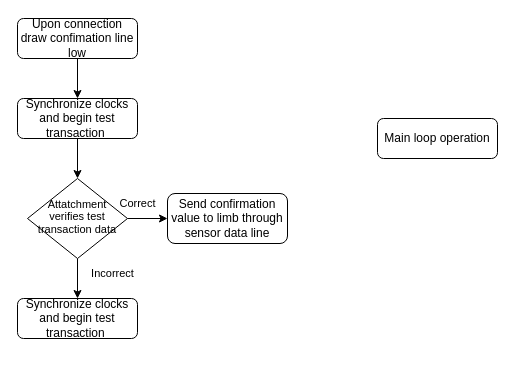
This is test.dio from Kyle-912/HDL, a draw.io file, before an edit. Source tidied: cells renumbered, new cells numbered last; positions are measured from the earlier drawing's top-left corner, leaving out a move shared by most shapes. Both pictures are drawn from the tidied source at 100%, with x=0, y=0 at pixel (17, 18).
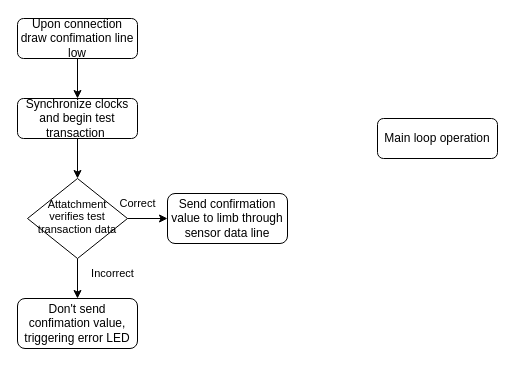
After the change.

Diff of the diagram source:
```diff
@@
 <mxGraphModel>
   <root>
     <mxCell id="0" />
     <mxCell id="1" parent="0" />
     <mxCell id="2" value="Main loop operation" style="rounded=1;whiteSpace=wrap;html=1;fontSize=12;glass=0;strokeWidth=1;shadow=0;" parent="1" vertex="1">
       <mxGeometry x="360" y="100" width="120" height="40" as="geometry" />
     </mxCell>
     <mxCell id="3" style="edgeStyle=none;html=1;exitX=0.5;exitY=1;exitDx=0;exitDy=0;entryX=0.5;entryY=0;entryDx=0;entryDy=0;fontSize=11;" parent="1" edge="1" source="4" target="6">
       <mxGeometry relative="1" as="geometry" />
     </mxCell>
     <mxCell id="4" value="Upon connection draw confimation line low" style="rounded=1;whiteSpace=wrap;html=1;fontSize=12;glass=0;strokeWidth=1;shadow=0;" parent="1" vertex="1">
       <mxGeometry width="120" height="40" as="geometry" />
     </mxCell>
     <mxCell id="5" style="edgeStyle=none;html=1;exitX=0.5;exitY=1;exitDx=0;exitDy=0;entryX=0.5;entryY=0;entryDx=0;entryDy=0;fontSize=11;" parent="1" edge="1" source="6" target="9">
       <mxGeometry relative="1" as="geometry" />
     </mxCell>
     <mxCell id="6" value="Synchronize clocks and begin test transaction&amp;nbsp;" style="rounded=1;whiteSpace=wrap;html=1;fontSize=12;glass=0;strokeWidth=1;shadow=0;" parent="1" vertex="1">
       <mxGeometry y="80" width="120" height="40" as="geometry" />
     </mxCell>
     <mxCell id="7" style="edgeStyle=none;html=1;exitX=1;exitY=0.5;exitDx=0;exitDy=0;entryX=0;entryY=0.5;entryDx=0;entryDy=0;fontSize=11;" parent="1" edge="1" source="9" target="11">
       <mxGeometry relative="1" as="geometry" />
     </mxCell>
     <mxCell id="8" style="edgeStyle=none;html=1;exitX=0.5;exitY=1;exitDx=0;exitDy=0;entryX=0.5;entryY=0;entryDx=0;entryDy=0;fontSize=11;" parent="1" edge="1" source="9" target="10">
       <mxGeometry relative="1" as="geometry" />
     </mxCell>
     <mxCell id="9" value="&lt;p style=&quot;line-height: 110%; font-size: 11px;&quot;&gt;&lt;font style=&quot;font-size: 11px;&quot;&gt;Attatchment verifies test transaction&amp;nbsp;&lt;/font&gt;&lt;span style=&quot;background-color: initial;&quot;&gt;data&lt;/span&gt;&lt;/p&gt;" style="rhombus;whiteSpace=wrap;html=1;shadow=0;fontFamily=Helvetica;fontSize=12;align=center;strokeWidth=1;spacing=6;spacingTop=-4;" parent="1" vertex="1">
       <mxGeometry x="10" y="160" width="100" height="80" as="geometry" />
     </mxCell>
-    <mxCell id="10" value="Synchronize clocks and begin test transaction&amp;nbsp;" style="rounded=1;whiteSpace=wrap;html=1;fontSize=12;glass=0;strokeWidth=1;shadow=0;" parent="1" vertex="1">
-      <mxGeometry y="280" width="120" height="40" as="geometry" />
+    <mxCell id="10" value="Don't send confimation value, triggering error LED" style="rounded=1;whiteSpace=wrap;html=1;fontSize=12;glass=0;strokeWidth=1;shadow=0;" parent="1" vertex="1">
+      <mxGeometry y="280" width="120" height="50" as="geometry" />
     </mxCell>
     <mxCell id="11" value="Send confirmation value to limb through sensor data line" style="rounded=1;whiteSpace=wrap;html=1;fontSize=12;glass=0;strokeWidth=1;shadow=0;" parent="1" vertex="1">
       <mxGeometry x="150" y="175" width="120" height="50" as="geometry" />
     </mxCell>
     <mxCell id="12" value="Correct" style="text;html=1;align=center;verticalAlign=middle;strokeColor=none;fillColor=none;fontSize=11;" parent="1" vertex="1">
       <mxGeometry x="90" y="170" width="60" height="30" as="geometry" />
     </mxCell>
     <mxCell id="13" value="Incorrect" style="text;html=1;align=center;verticalAlign=middle;strokeColor=none;fillColor=none;fontSize=11;" parent="1" vertex="1">
       <mxGeometry x="60" y="240" width="70" height="30" as="geometry" />
     </mxCell>
   </root>
 </mxGraphModel>
```
